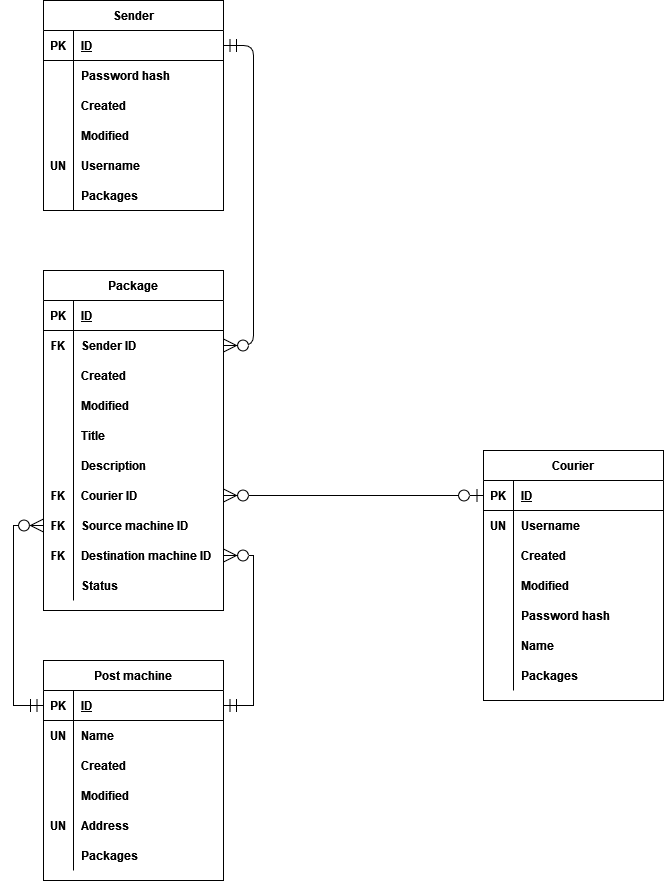
This is databaseDiagram.drawio.png from yjhn/shipping-service, a draw.io export, as it was before one commit. Source tidied: cells renumbered, new cells last; positions are measured from the earlier drawing's top-left corner, leaving out a move shared by most shapes.
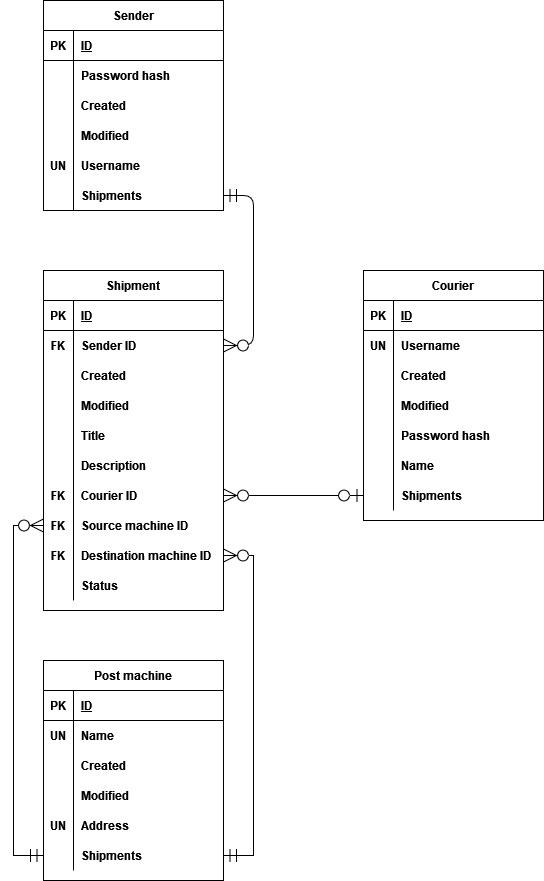
Above is the later version.

Commit message:
Update database diagram (change package to shipment and that relations would point to list of the parent, not the id)

The edit, as a diff of the source:
```diff
@@ -56,10 +56,10 @@
     <mxCell id="19" style="shape=partialRectangle;fillColor=none;top=0;left=0;bottom=0;right=0;overflow=hidden;" parent="18" vertex="1">
       <mxGeometry width="30" height="30" as="geometry" />
     </mxCell>
-    <mxCell id="20" value="Packages" style="shape=partialRectangle;fillColor=none;top=0;left=0;bottom=0;right=0;align=left;spacingLeft=6;overflow=hidden;fontStyle=1;" parent="18" vertex="1">
+    <mxCell id="20" value="Shipments" style="shape=partialRectangle;fillColor=none;top=0;left=0;bottom=0;right=0;align=left;spacingLeft=6;overflow=hidden;fontStyle=1;" parent="18" vertex="1">
       <mxGeometry x="30" width="150" height="30" as="geometry" />
     </mxCell>
-    <mxCell id="21" value="Package" style="shape=table;startSize=30;rowLines=0;fontStyle=1;align=center;rounded=0;" parent="1" vertex="1">
+    <mxCell id="21" value="Shipment" style="shape=table;startSize=30;rowLines=0;fontStyle=1;align=center;rounded=0;" parent="1" vertex="1">
       <mxGeometry y="270" width="180" height="340" as="geometry" />
     </mxCell>
     <mxCell id="22" style="shape=partialRectangle;fillColor=none;top=0;left=0;bottom=1;right=0;" parent="21" vertex="1">
@@ -152,10 +152,10 @@
     <mxCell id="51" value="Status" style="shape=partialRectangle;fillColor=none;top=0;left=0;bottom=0;right=0;align=left;spacingLeft=6;overflow=hidden;fontStyle=1;" parent="49" vertex="1">
       <mxGeometry x="30" width="150" height="30" as="geometry" />
     </mxCell>
-    <mxCell id="52" style="edgeStyle=entityRelationEdgeStyle;fontSize=12;html=1;endArrow=ERzeroToMany;endFill=1;startArrow=ERmandOne;exitX=1;exitY=0.5;exitDx=0;exitDy=0;startFill=0;strokeWidth=1;endSize=11;startSize=11;" parent="1" edge="1" source="3" target="25">
+    <mxCell id="52" style="edgeStyle=entityRelationEdgeStyle;fontSize=12;html=1;endArrow=ERzeroToMany;endFill=1;startArrow=ERmandOne;exitX=1;exitY=0.5;exitDx=0;exitDy=0;startFill=0;strokeWidth=1;endSize=11;startSize=11;" parent="1" edge="1" source="18" target="25">
       <mxGeometry relative="1" as="geometry" />
     </mxCell>
-    <mxCell id="53" style="edgeStyle=orthogonalEdgeStyle;rounded=0;jettySize=auto;html=1;exitX=0;exitY=0.5;exitDx=0;exitDy=0;entryX=0;entryY=0.5;entryDx=0;entryDy=0;endArrow=ERzeroToMany;endFill=0;endSize=11;startSize=11;startArrow=ERmandOne;startFill=0;" parent="1" edge="1" source="55" target="43">
+    <mxCell id="53" style="edgeStyle=orthogonalEdgeStyle;rounded=0;jettySize=auto;html=1;exitX=0;exitY=0.5;exitDx=0;exitDy=0;entryX=0;entryY=0.5;entryDx=0;entryDy=0;endArrow=ERzeroToMany;endFill=0;endSize=11;startSize=11;startArrow=ERmandOne;startFill=0;" parent="1" edge="1" source="70" target="43">
       <mxGeometry relative="1" as="geometry" />
     </mxCell>
     <mxCell id="54" value="Post machine" style="shape=table;startSize=30;rowLines=0;fontStyle=1;align=center;" parent="1" vertex="1">
@@ -212,11 +212,11 @@
     <mxCell id="71" style="shape=partialRectangle;fillColor=none;top=0;left=0;bottom=0;right=0;overflow=hidden;fontStyle=1;" parent="70" vertex="1">
       <mxGeometry width="30" height="30" as="geometry" />
     </mxCell>
-    <mxCell id="72" value="Packages" style="shape=partialRectangle;fillColor=none;top=0;left=0;bottom=0;right=0;align=left;spacingLeft=6;overflow=hidden;fontStyle=1;" parent="70" vertex="1">
+    <mxCell id="72" value="Shipments" style="shape=partialRectangle;fillColor=none;top=0;left=0;bottom=0;right=0;align=left;spacingLeft=6;overflow=hidden;fontStyle=1;" parent="70" vertex="1">
       <mxGeometry x="30" width="150" height="30" as="geometry" />
     </mxCell>
     <mxCell id="73" value="Courier" style="shape=table;startSize=30;rowLines=0;fontStyle=1;align=center;" parent="1" vertex="1">
-      <mxGeometry x="440" y="450" width="180" height="250" as="geometry" />
+      <mxGeometry x="320" y="270" width="180" height="250" as="geometry" />
     </mxCell>
     <mxCell id="74" style="shape=partialRectangle;fillColor=none;top=0;left=0;bottom=1;right=0;points=[[0,0.5],[1,0.5]];portConstraint=eastwest;" parent="73" vertex="1">
       <mxGeometry y="30" width="180" height="30" as="geometry" />
@@ -278,17 +278,17 @@
     <mxCell id="93" style="shape=partialRectangle;fillColor=none;top=0;left=0;bottom=0;right=0;overflow=hidden;fontStyle=1;" parent="92" vertex="1">
       <mxGeometry width="30" height="30" as="geometry" />
     </mxCell>
-    <mxCell id="94" value="Packages" style="shape=partialRectangle;fillColor=none;top=0;left=0;bottom=0;right=0;align=left;spacingLeft=6;overflow=hidden;fontStyle=1;" parent="92" vertex="1">
+    <mxCell id="94" value="Shipments" style="shape=partialRectangle;fillColor=none;top=0;left=0;bottom=0;right=0;align=left;spacingLeft=6;overflow=hidden;fontStyle=1;" parent="92" vertex="1">
       <mxGeometry x="30" width="150" height="30" as="geometry" />
     </mxCell>
-    <mxCell id="95" style="edgeStyle=orthogonalEdgeStyle;rounded=0;jettySize=auto;html=1;exitX=1;exitY=0.5;exitDx=0;exitDy=0;entryX=1;entryY=0.5;entryDx=0;entryDy=0;endArrow=ERzeroToMany;endFill=0;endSize=11;startSize=11;startArrow=ERmandOne;startFill=0;" parent="1" edge="1" source="55" target="46">
+    <mxCell id="95" style="edgeStyle=orthogonalEdgeStyle;rounded=0;jettySize=auto;html=1;exitX=1;exitY=0.5;exitDx=0;exitDy=0;entryX=1;entryY=0.5;entryDx=0;entryDy=0;endArrow=ERzeroToMany;endFill=0;endSize=11;startSize=11;startArrow=ERmandOne;startFill=0;" parent="1" edge="1" source="70" target="46">
       <mxGeometry relative="1" as="geometry" />
     </mxCell>
-    <mxCell id="96" style="edgeStyle=entityRelationEdgeStyle;fontSize=12;html=1;endArrow=ERzeroToMany;endFill=1;startArrow=ERzeroToOne;startFill=0;strokeWidth=1;endSize=11;startSize=11;entryX=1;entryY=0.5;entryDx=0;entryDy=0;exitX=0;exitY=0.5;exitDx=0;exitDy=0;" parent="1" edge="1" source="74" target="40">
+    <mxCell id="96" style="edgeStyle=entityRelationEdgeStyle;fontSize=12;html=1;endArrow=ERzeroToMany;endFill=1;startArrow=ERzeroToOne;startFill=0;strokeWidth=1;endSize=11;startSize=11;entryX=1;entryY=0.5;entryDx=0;entryDy=0;exitX=0;exitY=0.5;exitDx=0;exitDy=0;" parent="1" edge="1" source="92" target="40">
       <mxGeometry relative="1" as="geometry" />
     </mxCell>
     <mxCell id="97" value="UN" style="shape=partialRectangle;fillColor=none;top=0;left=0;bottom=0;right=0;overflow=hidden;fontStyle=1;" parent="1" vertex="1">
-      <mxGeometry x="440" y="510" width="30" height="30" as="geometry" />
+      <mxGeometry x="320" y="330" width="30" height="30" as="geometry" />
     </mxCell>
     <mxCell id="98" value="UN" style="shape=partialRectangle;fillColor=none;top=0;left=0;bottom=0;right=0;overflow=hidden;fontStyle=1;" parent="1" vertex="1">
       <mxGeometry y="720" width="30" height="30" as="geometry" />
```
